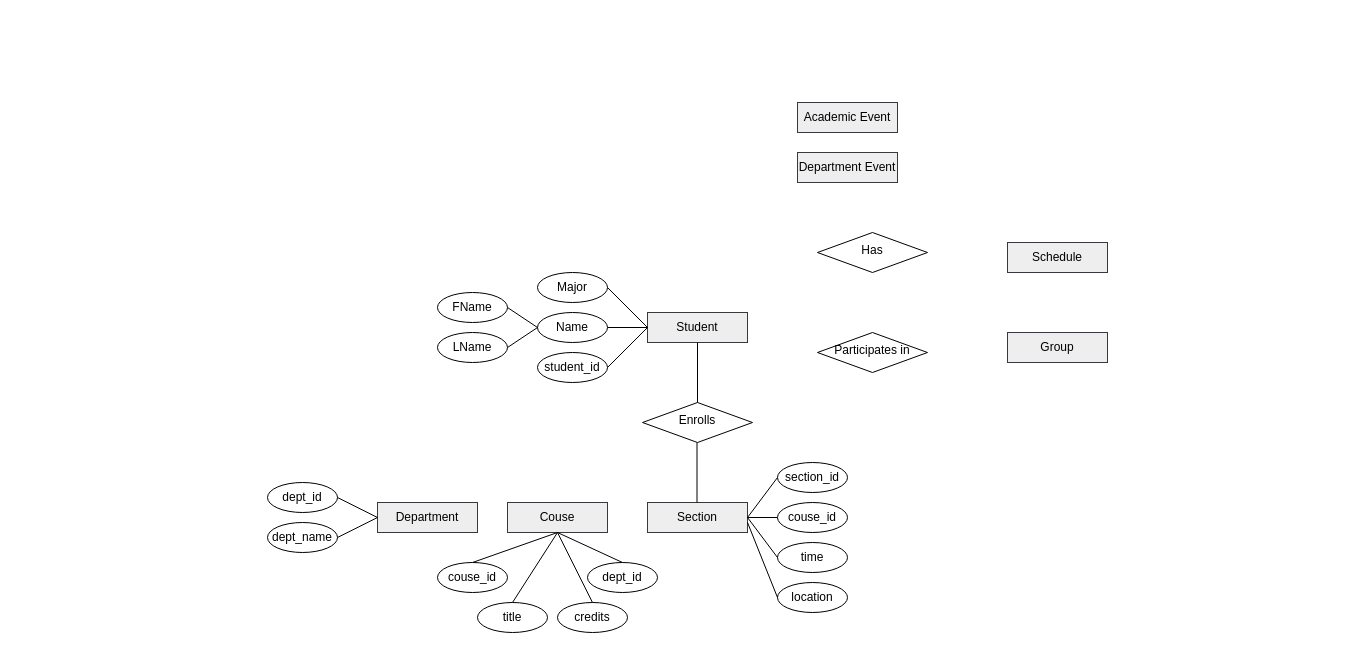
The draw.io diagram phase1.drawio in ale8ander/ale8ander, before the edit. Source tidied: cells renumbered, new cells numbered last; positions are measured from the earlier drawing's top-left corner, leaving out a move shared by most shapes. Both pictures are drawn from the tidied source at 100%, with x=0, y=0 at pixel (267, 102).
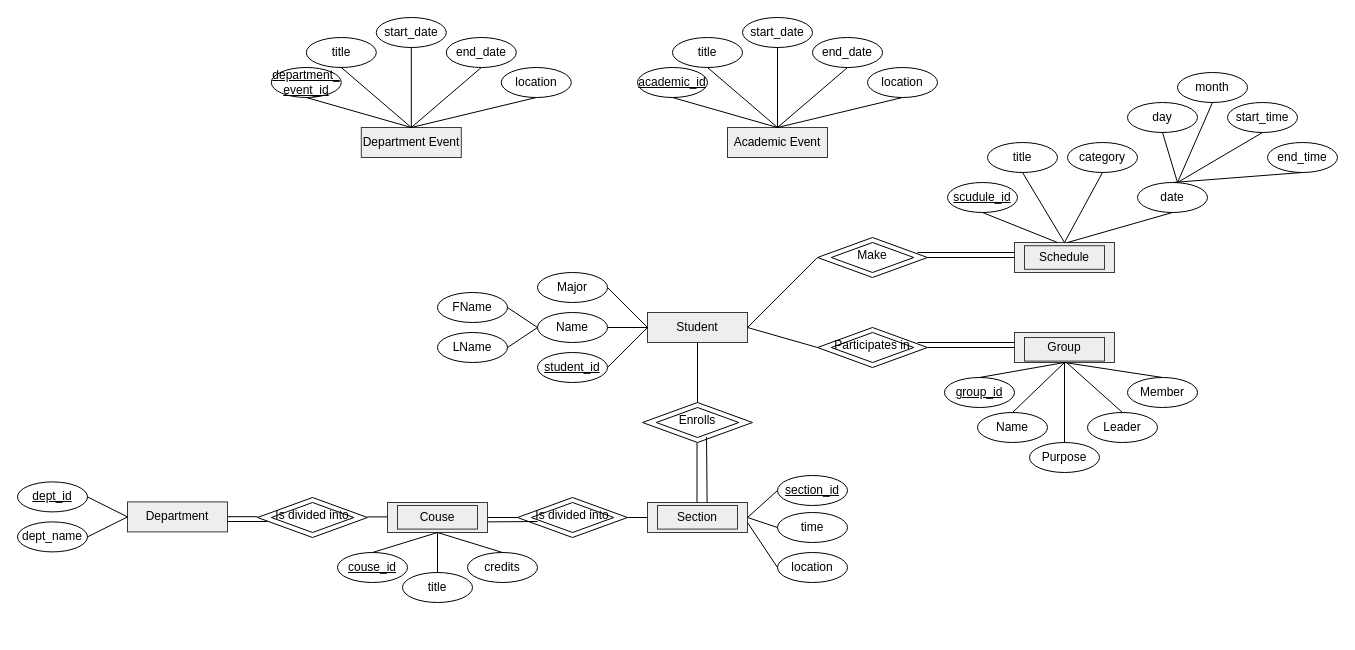
The same page after the edit.

The change refers to these unchanged cells:
```xml
<mxCell id="3" value="Student" style="rounded=0;whiteSpace=wrap;html=1;fillColor=#eeeeee;strokeColor=#36393d;" parent="1" vertex="1">
  <mxGeometry x="380" y="210" width="100" height="30" as="geometry" />
</mxCell>
<mxCell id="6" value="Section" style="rounded=0;whiteSpace=wrap;html=1;fillColor=#eeeeee;strokeColor=#36393d;" parent="1" vertex="1">
  <mxGeometry x="380" y="400" width="100" height="30" as="geometry" />
</mxCell>
```

The edit, as a diff of the source:
```diff
@@
     <mxCell id="4" value="Department" style="rounded=0;whiteSpace=wrap;html=1;fillColor=#eeeeee;strokeColor=#36393d;" parent="1" vertex="1">
-      <mxGeometry x="110" y="400" width="100" height="30" as="geometry" />
+      <mxGeometry x="-140" y="399.4" width="100" height="30" as="geometry" />
     </mxCell>
     <mxCell id="5" value="Couse" style="rounded=0;whiteSpace=wrap;html=1;fillColor=#eeeeee;strokeColor=#36393d;" parent="1" vertex="1">
-      <mxGeometry x="240" y="400" width="100" height="30" as="geometry" />
+      <mxGeometry x="120" y="400" width="100" height="30" as="geometry" />
     </mxCell>
@@
     <mxCell id="7" value="Academic Event" style="rounded=0;whiteSpace=wrap;html=1;fillColor=#eeeeee;strokeColor=#36393d;" parent="1" vertex="1">
-      <mxGeometry x="530" width="100" height="30" as="geometry" />
+      <mxGeometry x="460" y="25" width="100" height="30" as="geometry" />
     </mxCell>
     <mxCell id="8" value="Department Event" style="rounded=0;whiteSpace=wrap;html=1;fillColor=#eeeeee;strokeColor=#36393d;" parent="1" vertex="1">
-      <mxGeometry x="530" y="50" width="100" height="30" as="geometry" />
+      <mxGeometry x="93.8" y="25" width="100" height="30" as="geometry" />
     </mxCell>
     <mxCell id="9" value="Schedule" style="rounded=0;whiteSpace=wrap;html=1;fillColor=#eeeeee;strokeColor=#36393d;" parent="1" vertex="1">
-      <mxGeometry x="740" y="140" width="100" height="30" as="geometry" />
+      <mxGeometry x="747" y="140" width="100" height="30" as="geometry" />
     </mxCell>
     <mxCell id="10" value="Group" style="rounded=0;whiteSpace=wrap;html=1;fillColor=#eeeeee;strokeColor=#36393d;" parent="1" vertex="1">
-      <mxGeometry x="740" y="230" width="100" height="30" as="geometry" />
+      <mxGeometry x="747" y="230" width="100" height="30" as="geometry" />
     </mxCell>
-    <mxCell id="11" value="Has" style="rhombus;whiteSpace=wrap;html=1;shadow=0;fontFamily=Helvetica;fontSize=12;align=center;strokeWidth=1;spacing=6;spacingTop=-4;" parent="1" vertex="1">
-      <mxGeometry x="550" y="130" width="110" height="40" as="geometry" />
+    <mxCell id="11" value="Make" style="rhombus;whiteSpace=wrap;html=1;shadow=0;fontFamily=Helvetica;fontSize=12;align=center;strokeWidth=1;spacing=6;spacingTop=-4;" parent="1" vertex="1">
+      <mxGeometry x="550" y="135" width="110" height="40" as="geometry" />
     </mxCell>
     <mxCell id="12" value="Participates in" style="rhombus;whiteSpace=wrap;html=1;shadow=0;fontFamily=Helvetica;fontSize=12;align=center;strokeWidth=1;spacing=6;spacingTop=-4;" parent="1" vertex="1">
-      <mxGeometry x="550" y="230" width="110" height="40" as="geometry" />
+      <mxGeometry x="550" y="225" width="110" height="40" as="geometry" />
     </mxCell>
-    <mxCell id="13" value="student_id" style="ellipse;whiteSpace=wrap;html=1;" parent="1" vertex="1">
+    <mxCell id="13" value="&lt;u&gt;student_id&lt;/u&gt;" style="ellipse;whiteSpace=wrap;html=1;" parent="1" vertex="1">
       <mxGeometry x="270" y="250" width="70" height="30" as="geometry" />
     </mxCell>
@@
-    <mxCell id="25" value="dept_id" style="ellipse;whiteSpace=wrap;html=1;" parent="1" vertex="1">
-      <mxGeometry y="380" width="70" height="30" as="geometry" />
+    <mxCell id="25" value="&lt;u&gt;dept_id&lt;/u&gt;" style="ellipse;whiteSpace=wrap;html=1;" parent="1" vertex="1">
+      <mxGeometry x="-250" y="379.4" width="70" height="30" as="geometry" />
     </mxCell>
     <mxCell id="26" value="dept_name" style="ellipse;whiteSpace=wrap;html=1;" parent="1" vertex="1">
-      <mxGeometry y="420" width="70" height="30" as="geometry" />
+      <mxGeometry x="-250" y="419.4" width="70" height="30" as="geometry" />
     </mxCell>
@@
-    <mxCell id="30" value="couse_id" style="ellipse;whiteSpace=wrap;html=1;" parent="1" vertex="1">
-      <mxGeometry x="170" y="460" width="70" height="30" as="geometry" />
+    <mxCell id="30" value="&lt;u&gt;couse_id&lt;/u&gt;" style="ellipse;whiteSpace=wrap;html=1;" parent="1" vertex="1">
+      <mxGeometry x="70" y="450" width="70" height="30" as="geometry" />
     </mxCell>
     <mxCell id="31" style="endArrow=none;html=1;rounded=0;exitX=0.5;exitY=1;exitDx=0;exitDy=0;entryX=0.5;entryY=0;entryDx=0;entryDy=0;" parent="1" edge="1" target="30">
       <mxGeometry relative="1" as="geometry">
-        <mxPoint x="290" y="430" as="sourcePoint" />
+        <mxPoint x="170" y="430" as="sourcePoint" />
       </mxGeometry>
     </mxCell>
     <mxCell id="32" value="title" style="ellipse;whiteSpace=wrap;html=1;" parent="1" vertex="1">
-      <mxGeometry x="210" y="500" width="70" height="30" as="geometry" />
+      <mxGeometry x="135" y="470" width="70" height="30" as="geometry" />
     </mxCell>
@@
     <mxCell id="34" value="credits" style="ellipse;whiteSpace=wrap;html=1;" parent="1" vertex="1">
-      <mxGeometry x="290" y="500" width="70" height="30" as="geometry" />
+      <mxGeometry x="200" y="450" width="70" height="30" as="geometry" />
     </mxCell>
@@
-    <mxCell id="36" value="dept_id" style="ellipse;whiteSpace=wrap;html=1;" parent="1" vertex="1">
-      <mxGeometry x="320" y="460" width="70" height="30" as="geometry" />
-    </mxCell>
-    <mxCell id="37" style="endArrow=none;html=1;rounded=0;exitX=0.5;exitY=1;exitDx=0;exitDy=0;entryX=0.5;entryY=0;entryDx=0;entryDy=0;" parent="1" edge="1" target="36">
-      <mxGeometry relative="1" as="geometry">
-        <mxPoint x="290" y="430" as="sourcePoint" />
-      </mxGeometry>
-    </mxCell>
-    <mxCell id="38" value="section_id" style="ellipse;whiteSpace=wrap;html=1;" parent="1" vertex="1">
-      <mxGeometry x="510" y="360" width="70" height="30" as="geometry" />
+    <mxCell id="38" value="&lt;u&gt;section_id&lt;/u&gt;" style="ellipse;whiteSpace=wrap;html=1;" parent="1" vertex="1">
+      <mxGeometry x="510" y="373" width="70" height="30" as="geometry" />
     </mxCell>
@@
-    <mxCell id="40" value="couse_id" style="ellipse;whiteSpace=wrap;html=1;" parent="1" vertex="1">
-      <mxGeometry x="510" y="400" width="70" height="30" as="geometry" />
-    </mxCell>
-    <mxCell id="41" style="endArrow=none;html=1;rounded=0;exitX=1;exitY=0.5;exitDx=0;exitDy=0;entryX=0;entryY=0.5;entryDx=0;entryDy=0;" parent="1" edge="1" source="6" target="40">
-      <mxGeometry relative="1" as="geometry" />
-    </mxCell>
     <mxCell id="42" value="time" style="ellipse;whiteSpace=wrap;html=1;" parent="1" vertex="1">
-      <mxGeometry x="510" y="440" width="70" height="30" as="geometry" />
+      <mxGeometry x="510" y="410" width="70" height="30" as="geometry" />
     </mxCell>
@@
     <mxCell id="44" value="location" style="ellipse;whiteSpace=wrap;html=1;" parent="1" vertex="1">
-      <mxGeometry x="510" y="480" width="70" height="30" as="geometry" />
+      <mxGeometry x="510" y="450" width="70" height="30" as="geometry" />
     </mxCell>
@@
+    <mxCell id="46" style="rhombus;whiteSpace=wrap;html=1;shadow=0;fontFamily=Helvetica;fontSize=12;align=center;strokeWidth=1;spacing=6;spacingTop=-4;fillColor=none;" parent="1" vertex="1">
+      <mxGeometry x="388.8" y="305" width="82.5" height="30" as="geometry" />
+    </mxCell>
+    <mxCell id="47" style="rounded=0;whiteSpace=wrap;html=1;fillColor=none;strokeColor=#36393d;" parent="1" vertex="1">
+      <mxGeometry x="390" y="403" width="80" height="23.6" as="geometry" />
+    </mxCell>
+    <mxCell id="48" style="rounded=0;whiteSpace=wrap;html=1;fillColor=none;strokeColor=#36393d;" parent="1" vertex="1">
+      <mxGeometry x="130" y="403" width="80" height="23.6" as="geometry" />
+    </mxCell>
+    <mxCell id="49" value="&lt;u&gt;group_id&lt;/u&gt;" style="ellipse;whiteSpace=wrap;html=1;" parent="1" vertex="1">
+      <mxGeometry x="677" y="275" width="70" height="30" as="geometry" />
+    </mxCell>
+    <mxCell id="50" value="Name" style="ellipse;whiteSpace=wrap;html=1;" parent="1" vertex="1">
+      <mxGeometry x="710" y="310" width="70" height="30" as="geometry" />
+    </mxCell>
+    <mxCell id="51" value="Purpose" style="ellipse;whiteSpace=wrap;html=1;" parent="1" vertex="1">
+      <mxGeometry x="762" y="340" width="70" height="30" as="geometry" />
+    </mxCell>
+    <mxCell id="52" value="Member" style="ellipse;whiteSpace=wrap;html=1;" parent="1" vertex="1">
+      <mxGeometry x="860" y="275" width="70" height="30" as="geometry" />
+    </mxCell>
+    <mxCell id="53" style="endArrow=none;html=1;rounded=0;exitX=0.5;exitY=1;exitDx=0;exitDy=0;entryX=0.5;entryY=0;entryDx=0;entryDy=0;" parent="1" edge="1" source="10" target="49">
+      <mxGeometry relative="1" as="geometry" />
+    </mxCell>
+    <mxCell id="54" style="endArrow=none;html=1;rounded=0;exitX=0.5;exitY=1;exitDx=0;exitDy=0;entryX=0.5;entryY=0;entryDx=0;entryDy=0;" parent="1" edge="1" source="10" target="50">
+      <mxGeometry relative="1" as="geometry" />
+    </mxCell>
+    <mxCell id="55" style="endArrow=none;html=1;rounded=0;exitX=0.5;exitY=1;exitDx=0;exitDy=0;entryX=0.5;entryY=0;entryDx=0;entryDy=0;" parent="1" edge="1" source="10" target="51">
+      <mxGeometry relative="1" as="geometry" />
+    </mxCell>
+    <mxCell id="56" style="endArrow=none;html=1;rounded=0;exitX=0.5;exitY=1;exitDx=0;exitDy=0;entryX=0.5;entryY=0;entryDx=0;entryDy=0;" parent="1" edge="1" source="10" target="52">
+      <mxGeometry relative="1" as="geometry" />
+    </mxCell>
+    <mxCell id="57" value="&lt;u&gt;scudule_id&lt;/u&gt;" style="ellipse;whiteSpace=wrap;html=1;" parent="1" vertex="1">
+      <mxGeometry x="680" y="80" width="70" height="30" as="geometry" />
+    </mxCell>
+    <mxCell id="58" value="title" style="ellipse;whiteSpace=wrap;html=1;" parent="1" vertex="1">
+      <mxGeometry x="720" y="40" width="70" height="30" as="geometry" />
+    </mxCell>
+    <mxCell id="59" value="category" style="ellipse;whiteSpace=wrap;html=1;" parent="1" vertex="1">
+      <mxGeometry x="800" y="40" width="70" height="30" as="geometry" />
+    </mxCell>
+    <mxCell id="60" value="date" style="ellipse;whiteSpace=wrap;html=1;" parent="1" vertex="1">
+      <mxGeometry x="870" y="80" width="70" height="30" as="geometry" />
+    </mxCell>
+    <mxCell id="61" style="endArrow=none;html=1;rounded=0;exitX=0.5;exitY=0;exitDx=0;exitDy=0;entryX=0.5;entryY=1;entryDx=0;entryDy=0;" parent="1" edge="1" source="9" target="59">
+      <mxGeometry relative="1" as="geometry" />
+    </mxCell>
+    <mxCell id="62" style="endArrow=none;html=1;rounded=0;entryX=0.5;entryY=1;entryDx=0;entryDy=0;" parent="1" edge="1" target="60">
+      <mxGeometry relative="1" as="geometry">
+        <mxPoint x="800" y="140" as="sourcePoint" />
+      </mxGeometry>
+    </mxCell>
+    <mxCell id="63" style="endArrow=none;html=1;rounded=0;entryX=0.5;entryY=1;entryDx=0;entryDy=0;exitX=0.5;exitY=0;exitDx=0;exitDy=0;" parent="1" edge="1" source="9" target="58">
+      <mxGeometry relative="1" as="geometry" />
+    </mxCell>
+    <mxCell id="64" style="endArrow=none;html=1;rounded=0;entryX=0.5;entryY=1;entryDx=0;entryDy=0;" parent="1" edge="1" target="57">
+      <mxGeometry relative="1" as="geometry">
+        <mxPoint x="790" y="140" as="sourcePoint" />
+      </mxGeometry>
+    </mxCell>
+    <mxCell id="65" value="day" style="ellipse;whiteSpace=wrap;html=1;" parent="1" vertex="1">
+      <mxGeometry x="860" width="70" height="30" as="geometry" />
+    </mxCell>
+    <mxCell id="66" value="month" style="ellipse;whiteSpace=wrap;html=1;" parent="1" vertex="1">
+      <mxGeometry x="910" y="-30" width="70" height="30" as="geometry" />
+    </mxCell>
+    <mxCell id="67" value="start_time" style="ellipse;whiteSpace=wrap;html=1;" parent="1" vertex="1">
+      <mxGeometry x="960" width="70" height="30" as="geometry" />
+    </mxCell>
+    <mxCell id="68" value="end_time" style="ellipse;whiteSpace=wrap;html=1;" parent="1" vertex="1">
+      <mxGeometry x="1000" y="40" width="70" height="30" as="geometry" />
+    </mxCell>
+    <mxCell id="69" style="endArrow=none;html=1;rounded=0;entryX=0.5;entryY=1;entryDx=0;entryDy=0;" parent="1" edge="1" target="65">
+      <mxGeometry relative="1" as="geometry">
+        <mxPoint x="910" y="80" as="sourcePoint" />
+      </mxGeometry>
+    </mxCell>
+    <mxCell id="70" style="endArrow=none;html=1;rounded=0;entryX=0.5;entryY=1;entryDx=0;entryDy=0;" parent="1" edge="1" target="66">
+      <mxGeometry relative="1" as="geometry">
+        <mxPoint x="910" y="80" as="sourcePoint" />
+      </mxGeometry>
+    </mxCell>
+    <mxCell id="71" style="endArrow=none;html=1;rounded=0;entryX=0.5;entryY=1;entryDx=0;entryDy=0;" parent="1" edge="1" target="67">
+      <mxGeometry relative="1" as="geometry">
+        <mxPoint x="910" y="80" as="sourcePoint" />
+      </mxGeometry>
+    </mxCell>
+    <mxCell id="72" style="endArrow=none;html=1;rounded=0;entryX=0.5;entryY=1;entryDx=0;entryDy=0;exitX=0.5;exitY=0;exitDx=0;exitDy=0;" parent="1" edge="1" source="60" target="68">
+      <mxGeometry relative="1" as="geometry" />
+    </mxCell>
+    <mxCell id="73" value="&lt;u&gt;academic_id&lt;/u&gt;" style="ellipse;whiteSpace=wrap;html=1;" parent="1" vertex="1">
+      <mxGeometry x="370" y="-35" width="70" height="30" as="geometry" />
+    </mxCell>
+    <mxCell id="74" value="title" style="ellipse;whiteSpace=wrap;html=1;" parent="1" vertex="1">
+      <mxGeometry x="405" y="-65" width="70" height="30" as="geometry" />
+    </mxCell>
+    <mxCell id="75" value="start_date" style="ellipse;whiteSpace=wrap;html=1;" parent="1" vertex="1">
+      <mxGeometry x="475" y="-85" width="70" height="30" as="geometry" />
+    </mxCell>
+    <mxCell id="76" style="endArrow=none;html=1;rounded=0;entryX=0.5;entryY=1;entryDx=0;entryDy=0;" parent="1" edge="1" target="75">
+      <mxGeometry relative="1" as="geometry">
+        <mxPoint x="510" y="25" as="sourcePoint" />
+      </mxGeometry>
+    </mxCell>
+    <mxCell id="77" style="endArrow=none;html=1;rounded=0;entryX=0.5;entryY=1;entryDx=0;entryDy=0;" parent="1" edge="1" target="74">
+      <mxGeometry relative="1" as="geometry">
+        <mxPoint x="510" y="25" as="sourcePoint" />
+      </mxGeometry>
+    </mxCell>
+    <mxCell id="78" style="endArrow=none;html=1;rounded=0;entryX=0.5;entryY=1;entryDx=0;entryDy=0;" parent="1" edge="1" target="73">
+      <mxGeometry relative="1" as="geometry">
+        <mxPoint x="510" y="25" as="sourcePoint" />
+      </mxGeometry>
+    </mxCell>
+    <mxCell id="79" value="end_date" style="ellipse;whiteSpace=wrap;html=1;" parent="1" vertex="1">
+      <mxGeometry x="545" y="-65" width="70" height="30" as="geometry" />
+    </mxCell>
+    <mxCell id="80" style="endArrow=none;html=1;rounded=0;entryX=0.5;entryY=1;entryDx=0;entryDy=0;" parent="1" edge="1" target="79">
+      <mxGeometry relative="1" as="geometry">
+        <mxPoint x="510" y="25" as="sourcePoint" />
+      </mxGeometry>
+    </mxCell>
+    <mxCell id="81" value="location" style="ellipse;whiteSpace=wrap;html=1;" parent="1" vertex="1">
+      <mxGeometry x="600" y="-35" width="70" height="30" as="geometry" />
+    </mxCell>
+    <mxCell id="82" style="endArrow=none;html=1;rounded=0;entryX=0.5;entryY=1;entryDx=0;entryDy=0;" parent="1" edge="1" target="81">
+      <mxGeometry relative="1" as="geometry">
+        <mxPoint x="510" y="25" as="sourcePoint" />
+      </mxGeometry>
+    </mxCell>
+    <mxCell id="83" value="&lt;u&gt;department_&lt;br&gt;event_id&lt;/u&gt;" style="ellipse;whiteSpace=wrap;html=1;" parent="1" vertex="1">
+      <mxGeometry x="3.8" y="-35" width="70" height="30" as="geometry" />
+    </mxCell>
+    <mxCell id="84" value="title" style="ellipse;whiteSpace=wrap;html=1;" parent="1" vertex="1">
+      <mxGeometry x="38.8" y="-65" width="70" height="30" as="geometry" />
+    </mxCell>
+    <mxCell id="85" value="start_date" style="ellipse;whiteSpace=wrap;html=1;" parent="1" vertex="1">
+      <mxGeometry x="108.8" y="-85" width="70" height="30" as="geometry" />
+    </mxCell>
+    <mxCell id="86" style="endArrow=none;html=1;rounded=0;entryX=0.5;entryY=1;entryDx=0;entryDy=0;" parent="1" edge="1" target="85">
+      <mxGeometry relative="1" as="geometry">
+        <mxPoint x="143.8" y="25" as="sourcePoint" />
+      </mxGeometry>
+    </mxCell>
+    <mxCell id="87" style="endArrow=none;html=1;rounded=0;entryX=0.5;entryY=1;entryDx=0;entryDy=0;" parent="1" edge="1" target="84">
+      <mxGeometry relative="1" as="geometry">
+        <mxPoint x="143.8" y="25" as="sourcePoint" />
+      </mxGeometry>
+    </mxCell>
+    <mxCell id="88" style="endArrow=none;html=1;rounded=0;entryX=0.5;entryY=1;entryDx=0;entryDy=0;" parent="1" edge="1" target="83">
+      <mxGeometry relative="1" as="geometry">
+        <mxPoint x="143.8" y="25" as="sourcePoint" />
+      </mxGeometry>
+    </mxCell>
+    <mxCell id="89" value="end_date" style="ellipse;whiteSpace=wrap;html=1;" parent="1" vertex="1">
+      <mxGeometry x="178.8" y="-65" width="70" height="30" as="geometry" />
+    </mxCell>
+    <mxCell id="90" style="endArrow=none;html=1;rounded=0;entryX=0.5;entryY=1;entryDx=0;entryDy=0;" parent="1" edge="1" target="89">
+      <mxGeometry relative="1" as="geometry">
+        <mxPoint x="143.8" y="25" as="sourcePoint" />
+      </mxGeometry>
+    </mxCell>
+    <mxCell id="91" value="location" style="ellipse;whiteSpace=wrap;html=1;" parent="1" vertex="1">
+      <mxGeometry x="233.8" y="-35" width="70" height="30" as="geometry" />
+    </mxCell>
+    <mxCell id="92" style="endArrow=none;html=1;rounded=0;entryX=0.5;entryY=1;entryDx=0;entryDy=0;" parent="1" edge="1" target="91">
+      <mxGeometry relative="1" as="geometry">
+        <mxPoint x="143.8" y="25" as="sourcePoint" />
+      </mxGeometry>
+    </mxCell>
+    <mxCell id="93" style="rounded=0;whiteSpace=wrap;html=1;fillColor=none;strokeColor=#36393d;" parent="1" vertex="1">
+      <mxGeometry x="757" y="143.2" width="80" height="23.6" as="geometry" />
+    </mxCell>
+    <mxCell id="94" style="rhombus;whiteSpace=wrap;html=1;shadow=0;fontFamily=Helvetica;fontSize=12;align=center;strokeWidth=1;spacing=6;spacingTop=-4;fillColor=none;" parent="1" vertex="1">
+      <mxGeometry x="563.8" y="140" width="82.5" height="30" as="geometry" />
+    </mxCell>
+    <mxCell id="95" style="rhombus;whiteSpace=wrap;html=1;shadow=0;fontFamily=Helvetica;fontSize=12;align=center;strokeWidth=1;spacing=6;spacingTop=-4;fillColor=none;" parent="1" vertex="1">
+      <mxGeometry x="563.8" y="230" width="82.5" height="30" as="geometry" />
+    </mxCell>
+    <mxCell id="96" style="rounded=0;whiteSpace=wrap;html=1;fillColor=none;strokeColor=#36393d;" parent="1" vertex="1">
+      <mxGeometry x="757" y="235" width="80" height="23.6" as="geometry" />
+    </mxCell>
+    <mxCell id="97" style="endArrow=none;html=1;rounded=0;entryX=0;entryY=0.5;entryDx=0;entryDy=0;exitX=1;exitY=0.5;exitDx=0;exitDy=0;" parent="1" edge="1" source="3" target="11">
+      <mxGeometry relative="1" as="geometry" />
+    </mxCell>
+    <mxCell id="98" style="endArrow=none;html=1;rounded=0;entryX=0;entryY=0.5;entryDx=0;entryDy=0;exitX=1;exitY=0.5;exitDx=0;exitDy=0;" parent="1" edge="1" source="11" target="9">
+      <mxGeometry relative="1" as="geometry" />
+    </mxCell>
+    <mxCell id="99" style="endArrow=none;html=1;rounded=0;entryX=1;entryY=0.5;entryDx=0;entryDy=0;exitX=0;exitY=0.5;exitDx=0;exitDy=0;" parent="1" edge="1" source="12" target="3">
+      <mxGeometry relative="1" as="geometry" />
+    </mxCell>
+    <mxCell id="100" style="endArrow=none;html=1;rounded=0;exitX=0;exitY=0.5;exitDx=0;exitDy=0;" parent="1" edge="1" source="10">
+      <mxGeometry relative="1" as="geometry">
+        <mxPoint x="660" y="245" as="targetPoint" />
+      </mxGeometry>
+    </mxCell>
+    <mxCell id="101" value="Leader" style="ellipse;whiteSpace=wrap;html=1;" parent="1" vertex="1">
+      <mxGeometry x="820" y="310" width="70" height="30" as="geometry" />
+    </mxCell>
+    <mxCell id="102" style="endArrow=none;html=1;rounded=0;exitX=0.5;exitY=1;exitDx=0;exitDy=0;entryX=0.5;entryY=0;entryDx=0;entryDy=0;" parent="1" edge="1" target="101">
+      <mxGeometry relative="1" as="geometry">
+        <mxPoint x="799" y="260" as="sourcePoint" />
+      </mxGeometry>
+    </mxCell>
+    <mxCell id="103" value="Is divided into" style="rhombus;whiteSpace=wrap;html=1;shadow=0;fontFamily=Helvetica;fontSize=12;align=center;strokeWidth=1;spacing=6;spacingTop=-4;" parent="1" vertex="1">
+      <mxGeometry x="250" y="395" width="110" height="40" as="geometry" />
+    </mxCell>
+    <mxCell id="104" style="rhombus;whiteSpace=wrap;html=1;shadow=0;fontFamily=Helvetica;fontSize=12;align=center;strokeWidth=1;spacing=6;spacingTop=-4;fillColor=none;" parent="1" vertex="1">
+      <mxGeometry x="263.8" y="400" width="82.5" height="30" as="geometry" />
+    </mxCell>
+    <mxCell id="105" style="endArrow=none;html=1;rounded=0;entryX=1;entryY=0.5;entryDx=0;entryDy=0;exitX=0;exitY=0.5;exitDx=0;exitDy=0;" parent="1" edge="1" source="6" target="103">
+      <mxGeometry relative="1" as="geometry" />
+    </mxCell>
+    <mxCell id="106" style="endArrow=none;html=1;rounded=0;exitX=0;exitY=0.5;exitDx=0;exitDy=0;" parent="1" edge="1" source="103">
+      <mxGeometry relative="1" as="geometry">
+        <mxPoint x="220" y="415" as="targetPoint" />
+      </mxGeometry>
+    </mxCell>
+    <mxCell id="107" value="Is divided into" style="rhombus;whiteSpace=wrap;html=1;shadow=0;fontFamily=Helvetica;fontSize=12;align=center;strokeWidth=1;spacing=6;spacingTop=-4;" parent="1" vertex="1">
+      <mxGeometry x="-10" y="395" width="110" height="40" as="geometry" />
+    </mxCell>
+    <mxCell id="108" style="rhombus;whiteSpace=wrap;html=1;shadow=0;fontFamily=Helvetica;fontSize=12;align=center;strokeWidth=1;spacing=6;spacingTop=-4;fillColor=none;" parent="1" vertex="1">
+      <mxGeometry x="3.8" y="400" width="82.5" height="30" as="geometry" />
+    </mxCell>
+    <mxCell id="109" style="endArrow=none;html=1;rounded=0;exitX=0;exitY=0.5;exitDx=0;exitDy=0;" parent="1" edge="1">
+      <mxGeometry relative="1" as="geometry">
+        <mxPoint x="-10" y="414.2" as="sourcePoint" />
+        <mxPoint x="-40" y="414.2" as="targetPoint" />
+      </mxGeometry>
+    </mxCell>
+    <mxCell id="110" style="endArrow=none;html=1;rounded=0;entryX=1;entryY=0.5;entryDx=0;entryDy=0;exitX=0;exitY=0.5;exitDx=0;exitDy=0;" parent="1" edge="1">
+      <mxGeometry relative="1" as="geometry">
+        <mxPoint x="120" y="414.4" as="sourcePoint" />
+        <mxPoint x="100" y="414.4" as="targetPoint" />
+      </mxGeometry>
+    </mxCell>
+    <mxCell id="111" style="endArrow=none;html=1;rounded=0;entryX=0;entryY=0.5;entryDx=0;entryDy=0;" parent="1" edge="1">
+      <mxGeometry relative="1" as="geometry">
+        <mxPoint x="650" y="150" as="sourcePoint" />
+        <mxPoint x="747" y="150" as="targetPoint" />
+      </mxGeometry>
+    </mxCell>
+    <mxCell id="112" style="endArrow=none;html=1;rounded=0;entryX=0;entryY=0.5;entryDx=0;entryDy=0;" parent="1" edge="1">
+      <mxGeometry relative="1" as="geometry">
+        <mxPoint x="650" y="240" as="sourcePoint" />
+        <mxPoint x="747" y="240" as="targetPoint" />
+      </mxGeometry>
+    </mxCell>
+    <mxCell id="113" style="endArrow=none;html=1;rounded=0;exitX=0.5;exitY=0;exitDx=0;exitDy=0;entryX=0.609;entryY=0.987;entryDx=0;entryDy=0;entryPerimeter=0;" parent="1" edge="1" target="46">
+      <mxGeometry relative="1" as="geometry">
+        <mxPoint x="439.6" y="400" as="sourcePoint" />
+      </mxGeometry>
+    </mxCell>
+    <mxCell id="114" style="endArrow=none;html=1;rounded=0;entryX=1;entryY=0.5;entryDx=0;entryDy=0;" parent="1" edge="1">
+      <mxGeometry relative="1" as="geometry">
+        <mxPoint x="270" y="419" as="sourcePoint" />
+        <mxPoint x="220" y="419.4" as="targetPoint" />
+      </mxGeometry>
+    </mxCell>
+    <mxCell id="115" style="endArrow=none;html=1;rounded=0;entryX=1;entryY=0.5;entryDx=0;entryDy=0;" parent="1" edge="1">
+      <mxGeometry relative="1" as="geometry">
+        <mxPoint y="419" as="sourcePoint" />
+        <mxPoint x="-40" y="419" as="targetPoint" />
+      </mxGeometry>
+    </mxCell>
```
